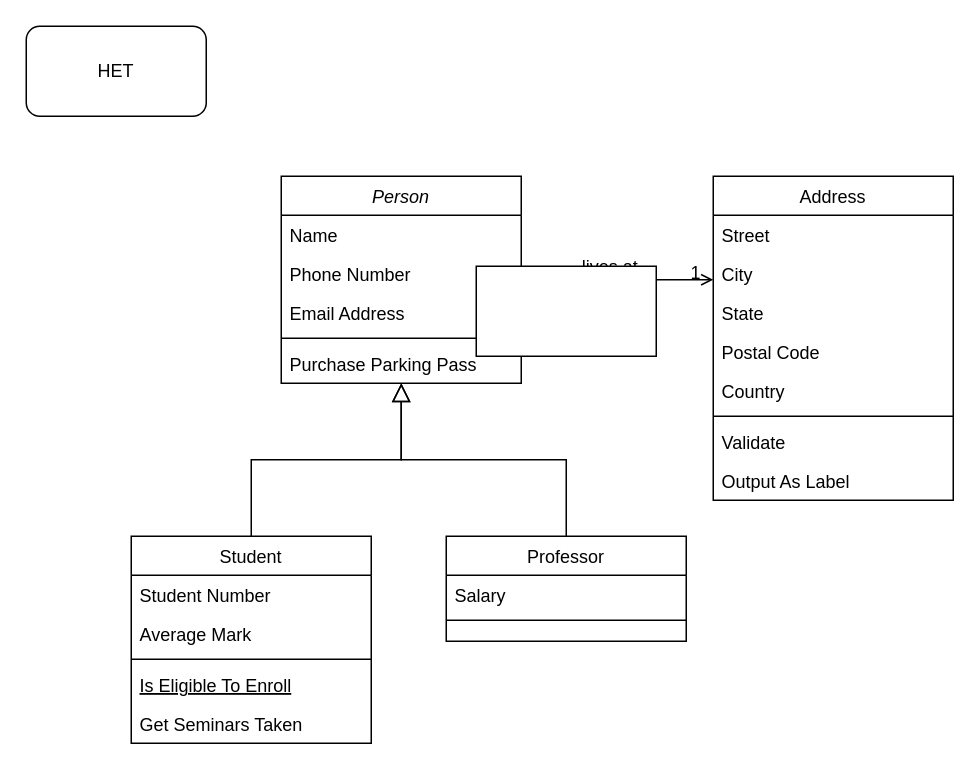
Earlier version of the draw.io diagram page "Page-1" (1 of 2) of Laborator 4/Diagramă fără titlu.drawio (iulica04/Software-Engineering). Source tidied: cells renumbered, new cells numbered last; positions are measured from the earlier drawing's top-left corner, leaving out a move shared by most shapes. Both pictures are drawn from the tidied source at 150%, with x=0, y=0 at pixel (26, 26).
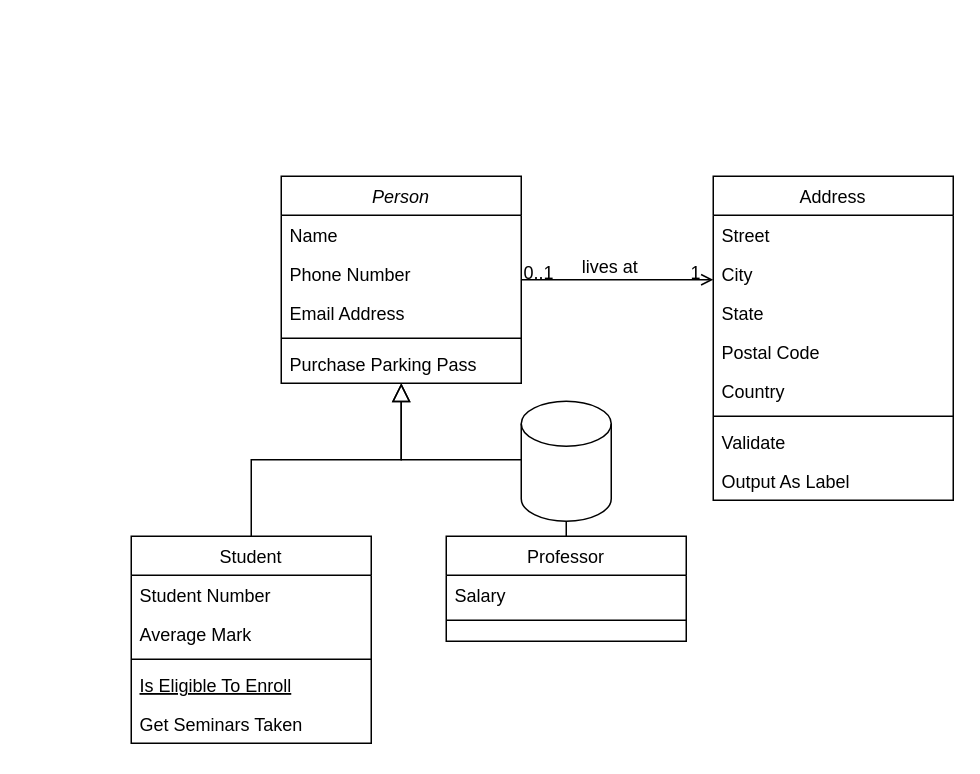
The same diagram, later.

Change to the diagram source:
```diff
@@
-    <mxCell id="32" style="rounded=0;whiteSpace=wrap;html=1;" parent="1" vertex="1">
-      <mxGeometry x="300" y="160" width="120" height="60" as="geometry" />
-    </mxCell>
-    <mxCell id="33" value="HET" style="rounded=1;whiteSpace=wrap;html=1;" parent="1" vertex="1">
-      <mxGeometry width="120" height="60" as="geometry" />
-    </mxCell>
+    <mxCell id="34" style="shape=cylinder3;whiteSpace=wrap;html=1;boundedLbl=1;backgroundOutline=1;size=15;" parent="1" vertex="1">
+      <mxGeometry x="330" y="250" width="60" height="80" as="geometry" />
+    </mxCell>
```
